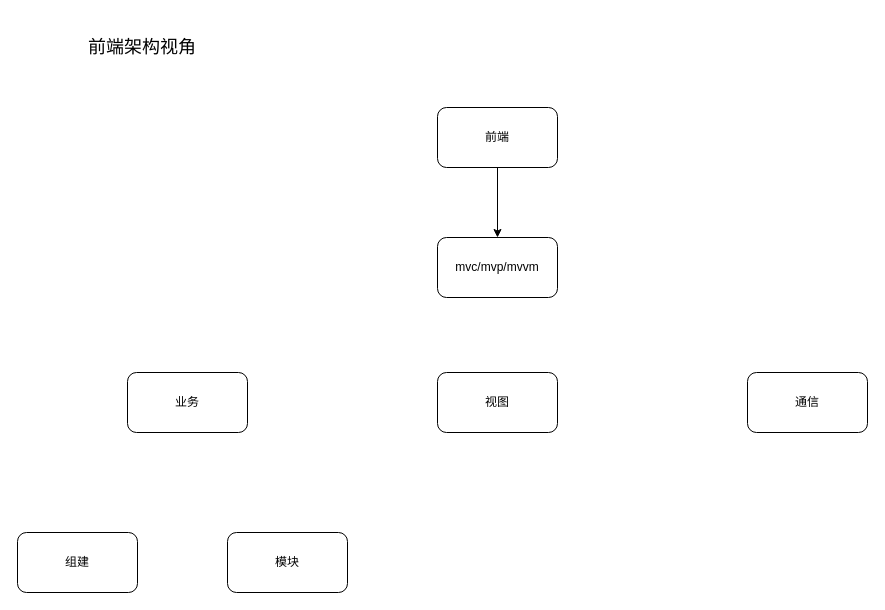
cer-cer/notes keeps this draw.io diagram as page "第 5 页" (5 of 5) of architecture.drawio. Above is the earlier version. Source tidied: cells renumbered, new cells numbered last; positions are measured from the earlier drawing's top-left corner, leaving out a move shared by most shapes. Both pictures are drawn from the tidied source at 100%, with x=0, y=0 at pixel (17, 17).
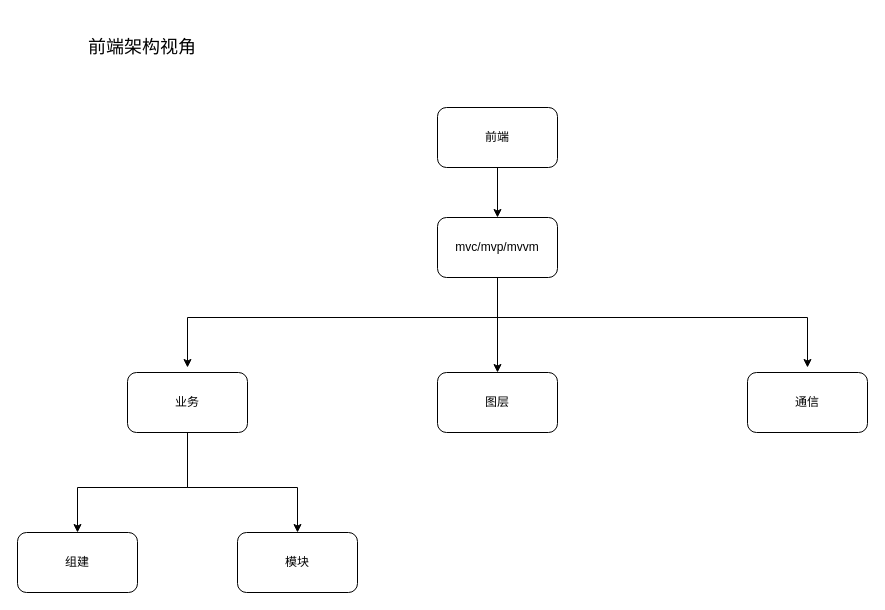
The same page after the edit.

The change refers to these unchanged cells:
```xml
<mxCell id="5" value="业务" style="rounded=1;whiteSpace=wrap;html=1;" parent="1" vertex="1">
  <mxGeometry x="110" y="355" width="120" height="60" as="geometry" />
</mxCell>
<mxCell id="8" value="组建" style="rounded=1;whiteSpace=wrap;html=1;" parent="1" vertex="1">
  <mxGeometry y="515" width="120" height="60" as="geometry" />
</mxCell>
```

Change to the diagram source:
```diff
@@
+    <mxCell id="11" style="edgeStyle=orthogonalEdgeStyle;rounded=0;jettySize=auto;html=1;" parent="1" edge="1" source="5" target="8">
+      <mxGeometry relative="1" as="geometry">
+        <Array as="points">
+          <mxPoint x="170" y="470" />
+          <mxPoint x="60" y="470" />
+        </Array>
+      </mxGeometry>
+    </mxCell>
+    <mxCell id="12" style="edgeStyle=orthogonalEdgeStyle;rounded=0;jettySize=auto;html=1;entryX=0.5;entryY=0;entryDx=0;entryDy=0;" parent="1" edge="1" source="5" target="9">
+      <mxGeometry relative="1" as="geometry">
+        <Array as="points">
+          <mxPoint x="170" y="470" />
+          <mxPoint x="280" y="470" />
+        </Array>
+      </mxGeometry>
+    </mxCell>
@@
-    <mxCell id="6" value="视图" style="rounded=1;whiteSpace=wrap;html=1;" parent="1" vertex="1">
+    <mxCell id="6" value="图层" style="rounded=1;whiteSpace=wrap;html=1;" parent="1" vertex="1">
       <mxGeometry x="420" y="355" width="120" height="60" as="geometry" />
     </mxCell>
@@
     <mxCell id="9" value="模块" style="rounded=1;whiteSpace=wrap;html=1;" parent="1" vertex="1">
-      <mxGeometry x="210" y="515" width="120" height="60" as="geometry" />
+      <mxGeometry x="220" y="515" width="120" height="60" as="geometry" />
     </mxCell>
+    <mxCell id="13" style="edgeStyle=orthogonalEdgeStyle;rounded=0;jettySize=auto;html=1;entryX=0.5;entryY=0;entryDx=0;entryDy=0;" parent="1" edge="1" source="10" target="6">
+      <mxGeometry relative="1" as="geometry" />
+    </mxCell>
+    <mxCell id="14" style="edgeStyle=orthogonalEdgeStyle;rounded=0;jettySize=auto;html=1;" parent="1" edge="1" source="10">
+      <mxGeometry relative="1" as="geometry">
+        <mxPoint x="170" y="350" as="targetPoint" />
+        <Array as="points">
+          <mxPoint x="480" y="300" />
+          <mxPoint x="170" y="300" />
+        </Array>
+      </mxGeometry>
+    </mxCell>
+    <mxCell id="15" style="edgeStyle=orthogonalEdgeStyle;rounded=0;jettySize=auto;html=1;" parent="1" edge="1" source="10">
+      <mxGeometry relative="1" as="geometry">
+        <mxPoint x="790" y="350" as="targetPoint" />
+        <Array as="points">
+          <mxPoint x="480" y="300" />
+          <mxPoint x="790" y="300" />
+        </Array>
+      </mxGeometry>
+    </mxCell>
     <mxCell id="10" value="mvc/mvp/mvvm" style="rounded=1;whiteSpace=wrap;html=1;" parent="1" vertex="1">
-      <mxGeometry x="420" y="220" width="120" height="60" as="geometry" />
+      <mxGeometry x="420" y="200" width="120" height="60" as="geometry" />
     </mxCell>
```
